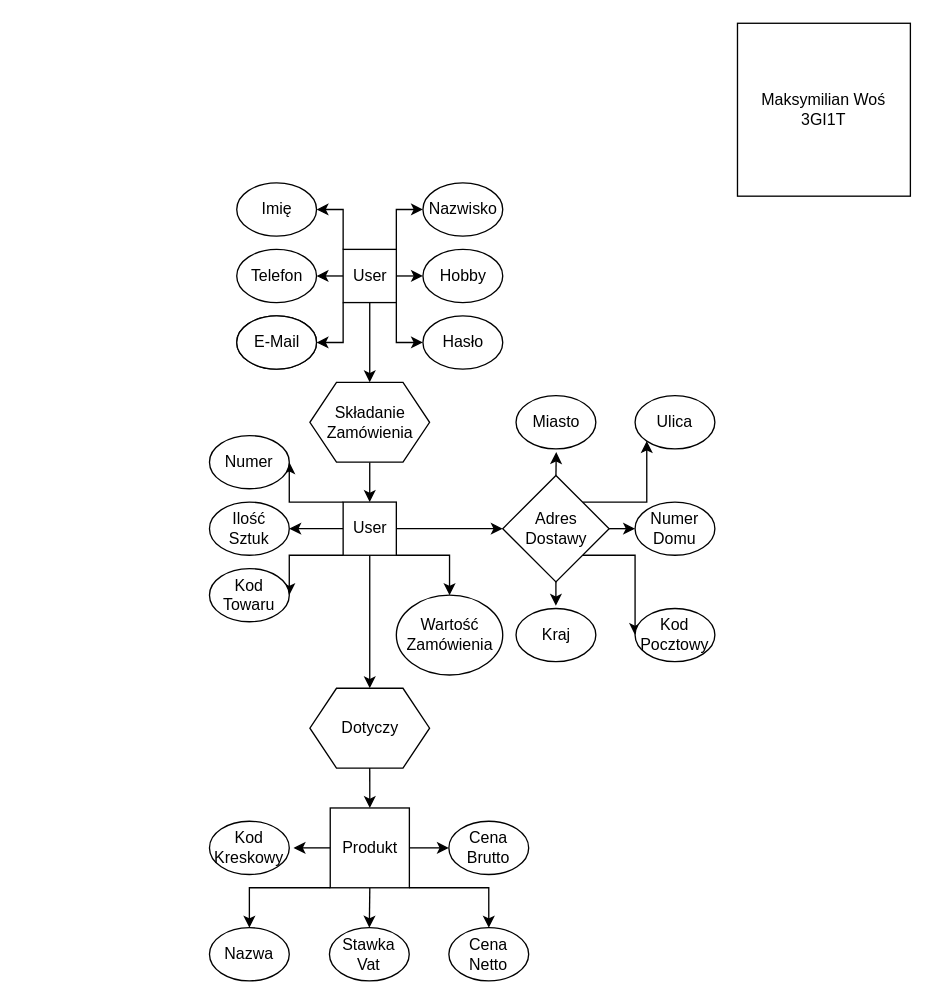
makswos/School keeps this draw.io diagram as Untitled Diagram.drawio. Above is the earlier version. Source tidied: cells renumbered, new cells numbered last; positions are measured from the earlier drawing's top-left corner, leaving out a move shared by most shapes. Both pictures are drawn from the tidied source at 133%, with x=0, y=0 at pixel (209, 23).
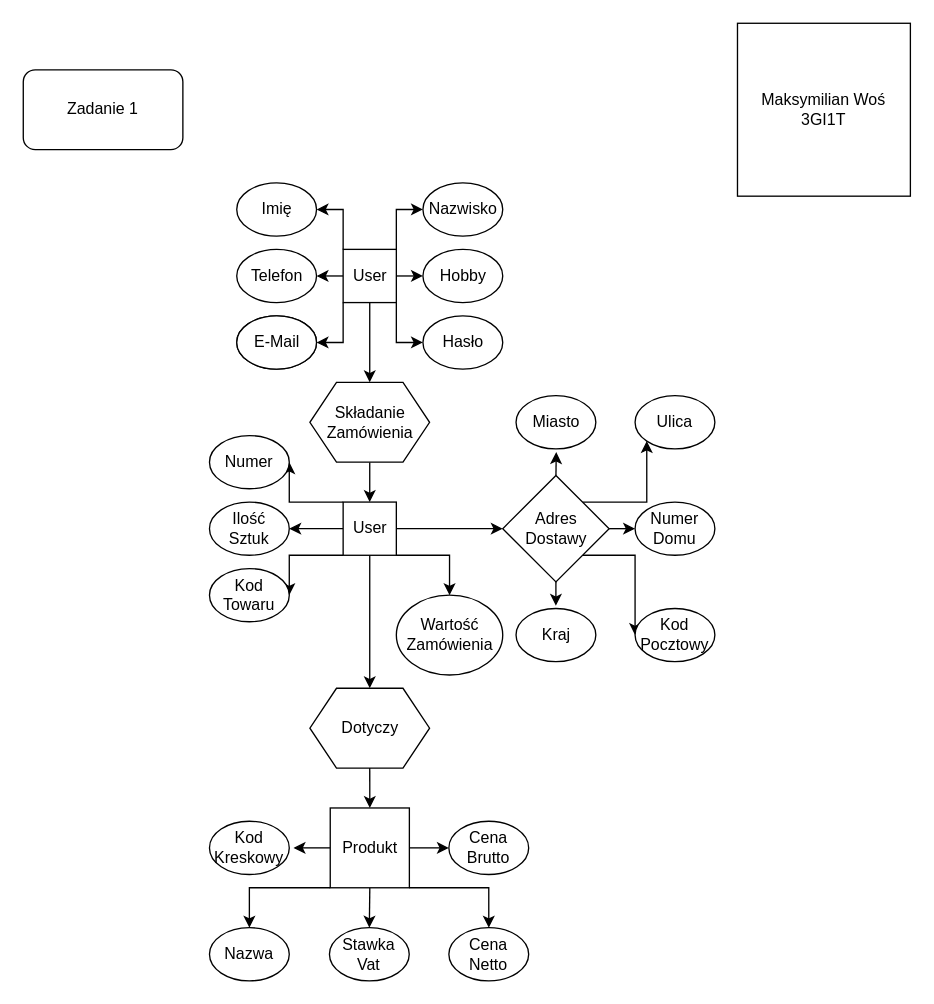
The same page after the edit.

The edit, as a diff of the source:
```diff
@@
+    <mxCell id="55" value="Zadanie 1" style="rounded=1;whiteSpace=wrap;html=1;" parent="1" vertex="1">
+      <mxGeometry x="-140" y="35" width="120" height="60" as="geometry" />
+    </mxCell>
```
